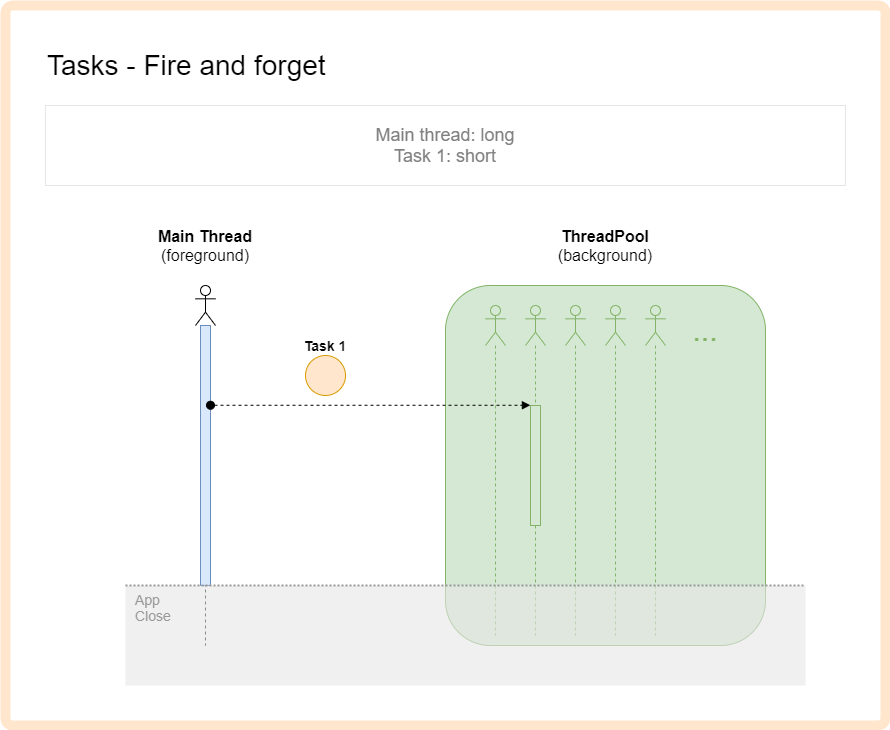
Earlier version of the draw.io export doc/diagrams/08 - tasks-01.drawio.png (CSharp-Pills-15mg/Parallel-Evolution). Source tidied: cells renumbered, new cells last; positions are measured from the earlier drawing's top-left corner, leaving out a move shared by most shapes.
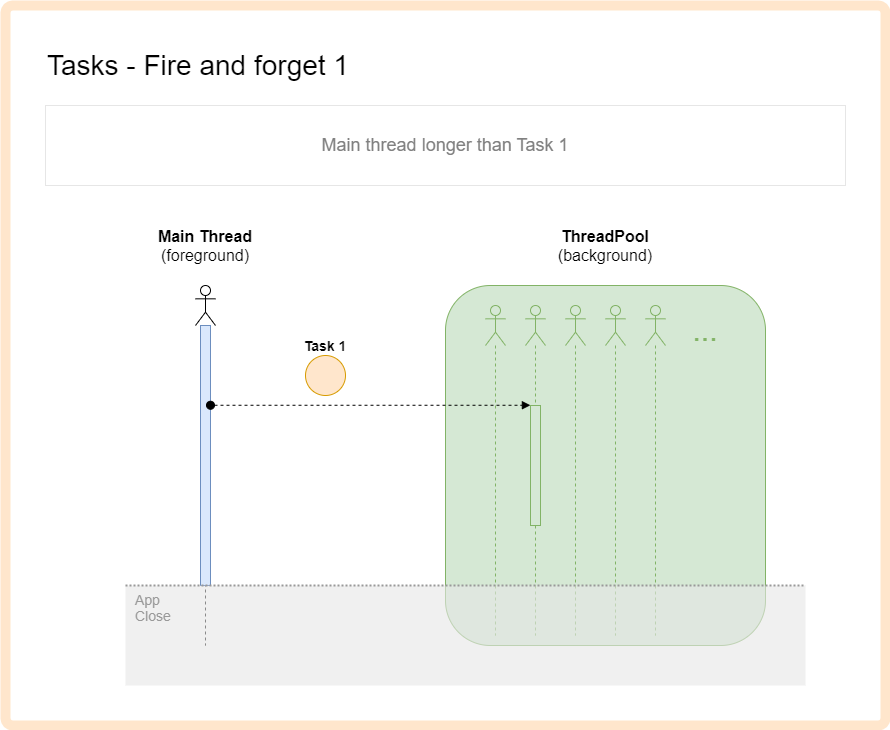
After the change.

Diff of the diagram source:
```diff
@@ -5,7 +5,7 @@
     <mxCell id="2" style="rounded=1;whiteSpace=wrap;html=1;arcSize=1;strokeWidth=10;strokeColor=#FFE6CC;" parent="1" vertex="1">
       <mxGeometry width="880" height="720" as="geometry" />
     </mxCell>
-    <mxCell id="3" value="Tasks - Fire and forget" style="text;html=1;strokeColor=none;fillColor=none;align=left;verticalAlign=middle;whiteSpace=wrap;rounded=0;fontSize=28;" parent="1" vertex="1">
+    <mxCell id="3" value="Tasks - Fire and forget 1" style="text;html=1;strokeColor=none;fillColor=none;align=left;verticalAlign=middle;whiteSpace=wrap;rounded=0;fontSize=28;" parent="1" vertex="1">
       <mxGeometry x="40" y="40" width="600" height="40" as="geometry" />
     </mxCell>
     <mxCell id="4" style="shape=umlLifeline;participant=umlActor;perimeter=lifelinePerimeter;whiteSpace=wrap;html=1;verticalAlign=top;spacingTop=36;fontSize=18;align=left;" parent="1" vertex="1">
@@ -20,7 +20,7 @@
     <mxCell id="7" value="&lt;b&gt;Task 1&lt;/b&gt;" style="text;html=1;strokeColor=none;fillColor=none;align=center;verticalAlign=middle;whiteSpace=wrap;rounded=0;fontSize=14;" parent="1" vertex="1">
       <mxGeometry x="280" y="330" width="80" height="20" as="geometry" />
     </mxCell>
-    <mxCell id="8" value="Main thread: long&lt;br&gt;Task 1: short" style="text;html=1;fillColor=none;align=center;verticalAlign=middle;whiteSpace=wrap;rounded=0;fontSize=18;fontColor=#808080;strokeColor=#E6E6E6;" parent="1" vertex="1">
+    <mxCell id="8" value="Main thread longer than&amp;nbsp;Task 1" style="text;html=1;fillColor=none;align=center;verticalAlign=middle;whiteSpace=wrap;rounded=0;fontSize=18;fontColor=#808080;strokeColor=#E6E6E6;" parent="1" vertex="1">
       <mxGeometry x="40" y="100" width="800" height="80" as="geometry" />
     </mxCell>
     <mxCell id="9" style="rounded=1;whiteSpace=wrap;html=1;fillColor=#d5e8d4;strokeColor=#82b366;arcSize=14;" parent="1" vertex="1">
```
